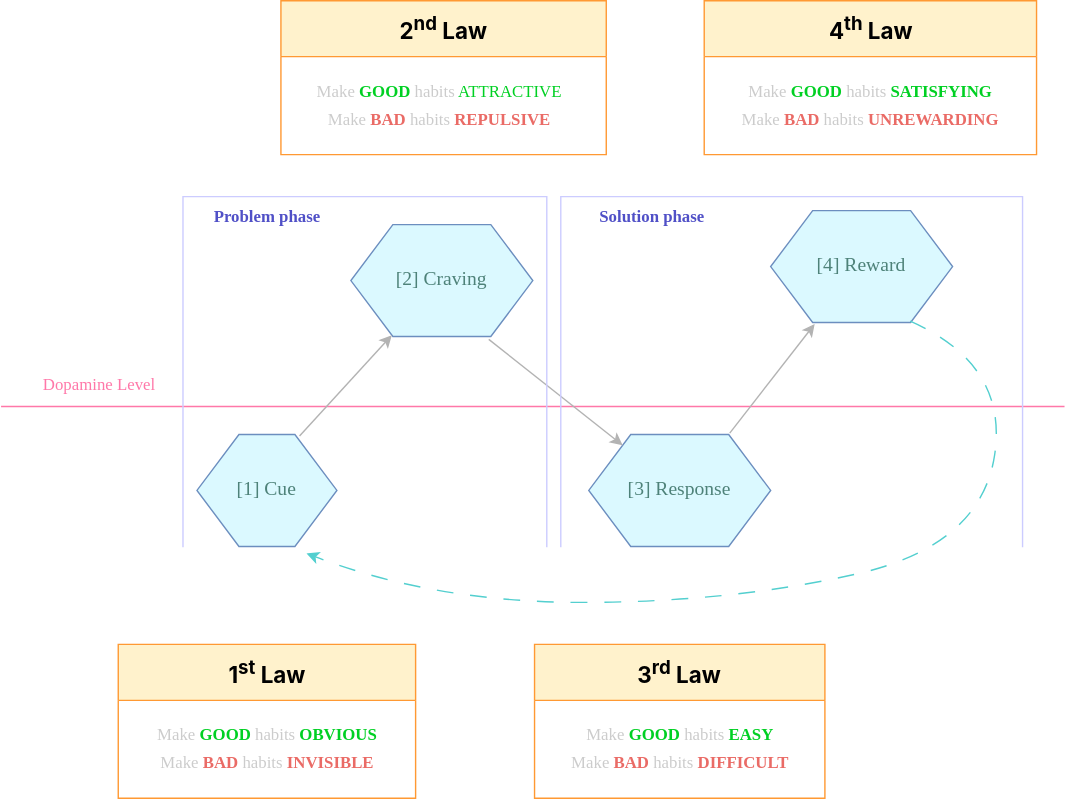
Before: Atomic_Habits/Habit_Loop.drawio.svg, a diagram exported from draw.io (datkumar/my-diagrams). Source tidied: cells renumbered, new cells last; positions are measured from the earlier drawing's top-left corner, leaving out a move shared by most shapes.
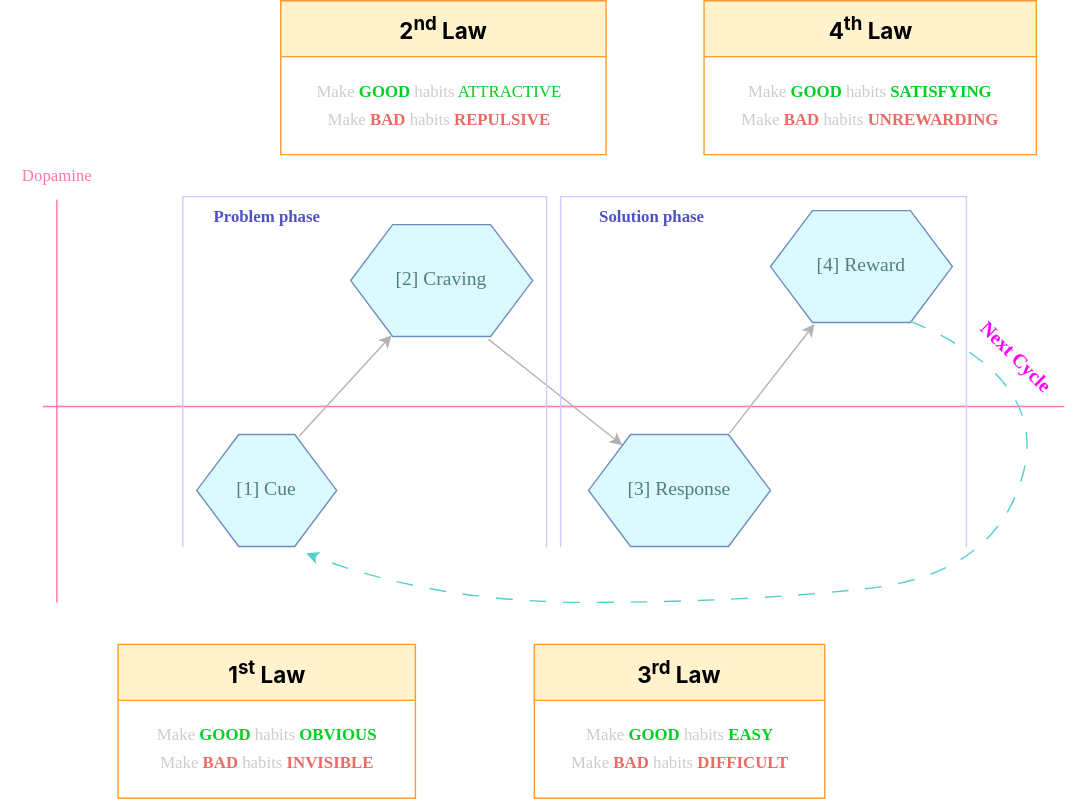
Later version of the same file.

Change to the diagram source:
```diff
@@ -4,13 +4,10 @@
     <mxCell id="1" parent="0" />
     <mxCell id="2" style="endArrow=none;html=1;rounded=0;horizontal=1;fontColor=#FF78A9;strokeColor=#FF78A9;" parent="1" edge="1">
       <mxGeometry relative="1" as="geometry">
-        <mxPoint y="290" as="sourcePoint" />
+        <mxPoint x="30" y="290" as="sourcePoint" />
         <mxPoint x="760" y="290" as="targetPoint" />
       </mxGeometry>
     </mxCell>
-    <mxCell id="3" value="Dopamine Level" style="text;html=1;align=center;verticalAlign=middle;strokeColor=none;fillColor=none;fontFamily=Roboto Mono;fontSource=https%3A%2F%2Ffonts.googleapis.com%2Fcss%3Ffamily%3DRoboto%2BMono;fontColor=#FF78A9;" parent="1" vertex="1">
-      <mxGeometry x="10" y="260" width="120" height="30" as="geometry" />
-    </mxCell>
     <mxCell id="4" value="[1] Cue" style="shape=hexagon;perimeter=hexagonPerimeter2;whiteSpace=wrap;html=1;fixedSize=1;size=30;fontFamily=Rubik;strokeColor=#6c8ebf;fontStyle=0;fontSource=https%3A%2F%2Ffonts.googleapis.com%2Fcss%3Ffamily%3DRubik;fontSize=14;fillColor=#DBF9FF;fontColor=#4E8279;" parent="1" vertex="1">
       <mxGeometry x="140" y="310" width="100" height="80" as="geometry" />
     </mxCell>
@@ -35,9 +32,9 @@
     <mxCell id="11" style="endArrow=classic;html=1;entryX=0.783;entryY=1.063;entryDx=0;entryDy=0;entryPerimeter=0;exitX=0.767;exitY=0.988;exitDx=0;exitDy=0;exitPerimeter=0;curved=1;dashed=1;dashPattern=12 12;strokeColor=#53CFCF;fontFamily=Rubik;fontStyle=0;fontSource=https%3A%2F%2Ffonts.googleapis.com%2Fcss%3Ffamily%3DRubik;fontSize=14;" parent="1" edge="1" source="7" target="4">
       <mxGeometry relative="1" as="geometry">
         <Array as="points">
-          <mxPoint x="720" y="260" />
-          <mxPoint x="700" y="390" />
-          <mxPoint x="520" y="430" />
+          <mxPoint x="750" y="270" />
+          <mxPoint x="710" y="410" />
+          <mxPoint x="530" y="430" />
           <mxPoint x="310" y="430" />
         </Array>
       </mxGeometry>
@@ -61,7 +58,7 @@
       <mxGeometry x="17.5" y="70" width="190" height="30" as="geometry" />
     </mxCell>
     <mxCell id="18" style="shape=partialRectangle;whiteSpace=wrap;html=1;bottom=1;right=1;left=1;top=0;fillColor=none;routingCenterX=-0.5;direction=west;strokeColor=#CCCCFF;" parent="1" vertex="1">
-      <mxGeometry x="400" y="140" width="330" height="250" as="geometry" />
+      <mxGeometry x="400" y="140" width="290" height="250" as="geometry" />
     </mxCell>
     <mxCell id="19" value="&lt;font style=&quot;font-size: 16px;&quot;&gt;4&lt;sup&gt;th&lt;/sup&gt; Law&lt;/font&gt;" style="swimlane;whiteSpace=wrap;html=1;startSize=40;fillColor=#fff2cc;strokeColor=#FF9933;fontFamily=Inter;fontStyle=1;fontSource=https%3A%2F%2Ffonts.googleapis.com%2Fcss%3Ffamily%3DInter;fontSize=14;swimlaneFillColor=#FFFFFF;" parent="1" vertex="1">
       <mxGeometry x="502.5" width="237.5" height="110" as="geometry" />
@@ -90,5 +87,16 @@
     <mxCell id="27" value="Make &lt;b&gt;&lt;span&gt;&lt;font color=&quot;#ea6b66&quot;&gt;BAD&lt;/font&gt;&lt;/span&gt;&lt;/b&gt; habits &lt;span&gt;&lt;font color=&quot;#ea6b66&quot;&gt;&lt;b&gt;DIFFICULT&lt;/b&gt;&lt;/font&gt;&lt;/span&gt;" style="text;html=1;align=center;verticalAlign=middle;strokeColor=none;fillColor=none;fontFamily=Rubik;fontColor=#CCCCCC;fontStyle=0;fontSource=https%3A%2F%2Ffonts.googleapis.com%2Fcss%3Ffamily%3DRubik;" parent="25" vertex="1">
       <mxGeometry x="13.8" y="70" width="180" height="30" as="geometry" />
     </mxCell>
+    <mxCell id="28" value="Next Cycle" style="text;html=1;align=center;verticalAlign=middle;strokeColor=none;fillColor=none;fontFamily=Pangolin;fontSource=https%3A%2F%2Ffonts.googleapis.com%2Fcss%3Ffamily%3DPangolin;rotation=45;fontColor=#FF00FF;fontSize=14;fontStyle=1;" parent="1" vertex="1">
+      <mxGeometry x="680" y="240" width="90" height="30" as="geometry" />
+    </mxCell>
+    <mxCell id="29" value="Dopamine " style="text;html=1;align=center;verticalAlign=middle;points=[];strokeColor=none;fillColor=none;fontFamily=Roboto Mono;fontSource=https%3A%2F%2Ffonts.googleapis.com%2Fcss%3Ffamily%3DRoboto%2BMono;fontColor=#FF78A9;rotation=0;" parent="1" vertex="1">
+      <mxGeometry y="110" width="80" height="30" as="geometry" />
+    </mxCell>
+    <mxCell id="30" style="endArrow=none;html=1;rounded=0;horizontal=1;fontColor=#FF78A9;strokeColor=#FF78A9;exitX=0.5;exitY=1.067;exitDx=0;exitDy=0;exitPerimeter=0;" parent="1" edge="1" source="29">
+      <mxGeometry relative="1" as="geometry">
+        <mxPoint x="40" y="430" as="targetPoint" />
+      </mxGeometry>
+    </mxCell>
   </root>
 </mxGraphModel>
```
